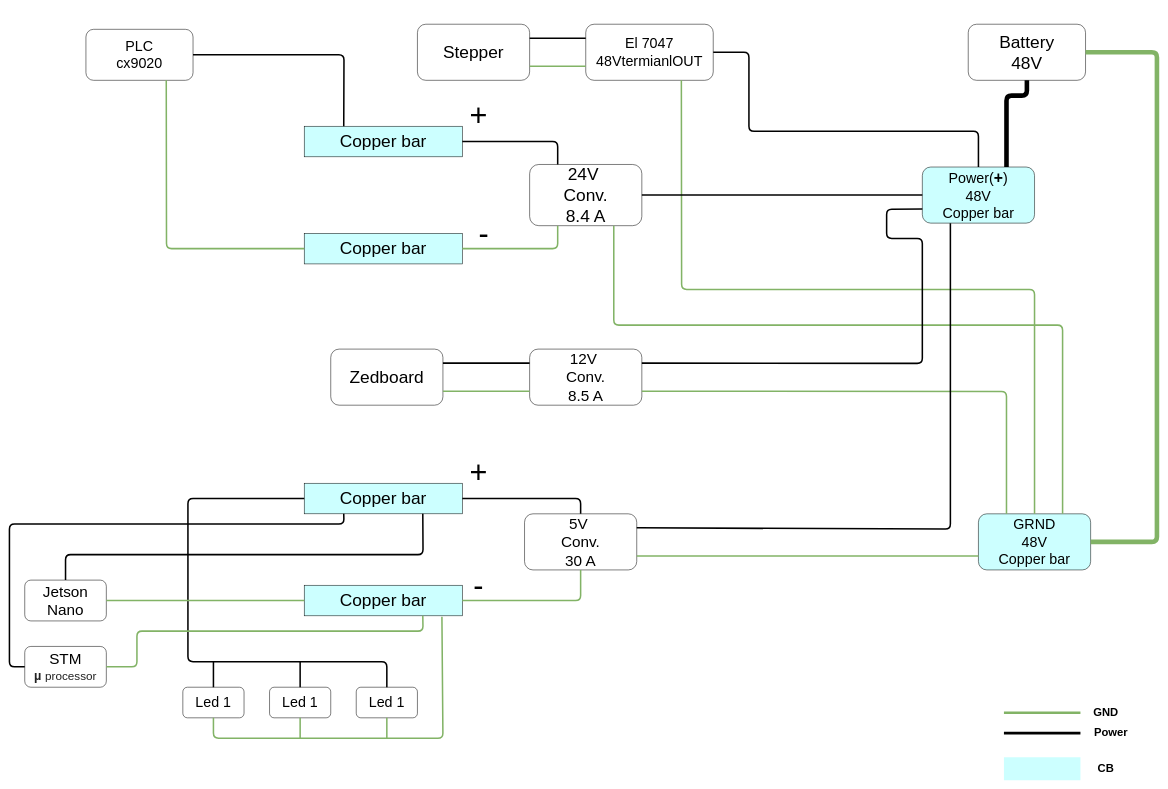
This is schema voedingen.drawio from KingAbad/PEM_AutonomousCart, a draw.io file, before an edit. Source tidied: cells renumbered, new cells numbered last; positions are measured from the earlier drawing's top-left corner, leaving out a move shared by most shapes. Both pictures are drawn from the tidied source at 51%, with x=0, y=0 at pixel (9, 24).
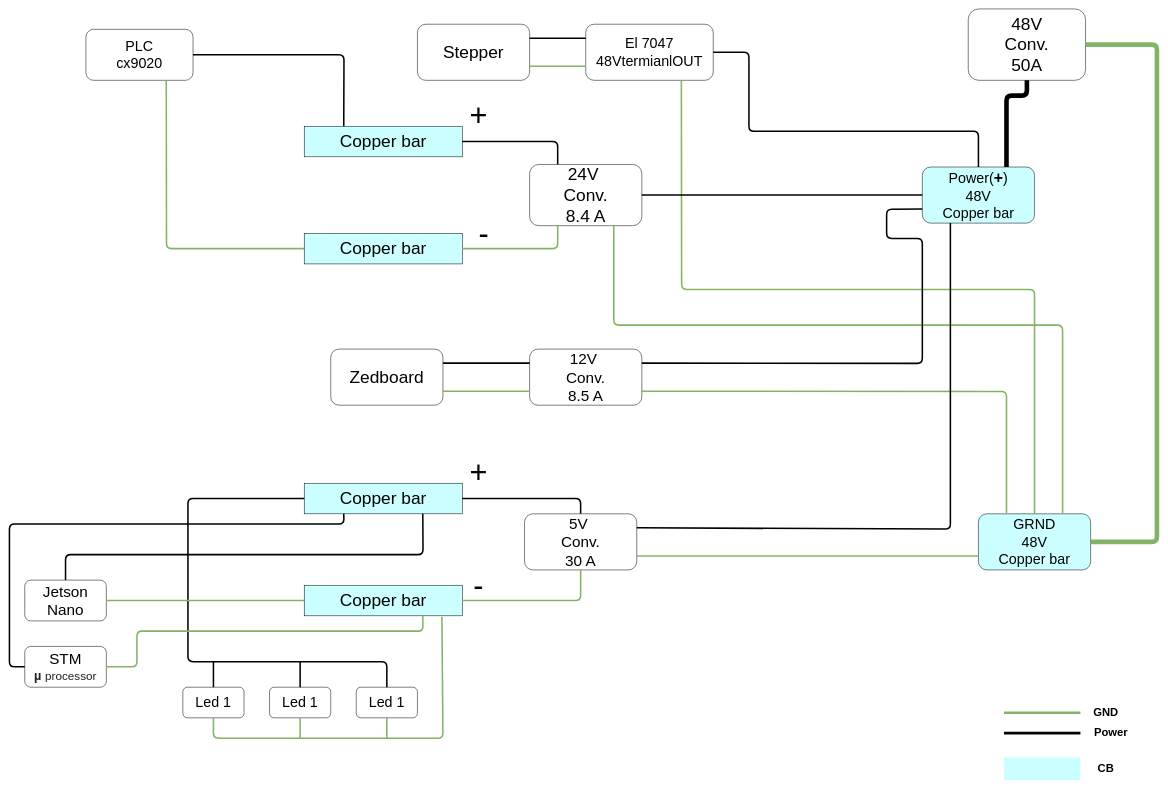
After the change.

Commit message (it also covers changes not shown here):
Update schema + componenten

The change refers to these unchanged cells:
```xml
<mxCell id="21" value="&lt;font style=&quot;font-size: 28px&quot;&gt;GRND&lt;br&gt;48V&lt;br&gt;Copper bar&lt;br&gt;&lt;/font&gt;" style="rounded=1;whiteSpace=wrap;html=1;fillColor=#CCFFFF;" parent="1" vertex="1">
  <mxGeometry x="1900" y="960" width="220" height="110" as="geometry" />
</mxCell>
```

The edit, as a diff of the source:
```diff
@@
-    <mxCell id="2" value="&lt;font style=&quot;font-size: 34px&quot;&gt;Battery&lt;br&gt;48V&lt;br&gt;&lt;/font&gt;" style="rounded=1;whiteSpace=wrap;html=1;" parent="1" vertex="1">
-      <mxGeometry x="1880" width="230" height="110" as="geometry" />
+    <mxCell id="2" value="&lt;font style=&quot;font-size: 34px&quot;&gt;48V&lt;br&gt;Conv.&lt;br&gt;50A&lt;br&gt;&lt;/font&gt;" style="rounded=1;whiteSpace=wrap;html=1;" parent="1" vertex="1">
+      <mxGeometry x="1880" y="-30" width="230" height="140" as="geometry" />
     </mxCell>
@@
     <mxCell id="22" style="endArrow=none;html=1;strokeWidth=9;entryX=1;entryY=0.5;entryDx=0;entryDy=0;exitX=1;exitY=0.5;exitDx=0;exitDy=0;fillColor=#d5e8d4;strokeColor=#82b366;" parent="1" edge="1" source="21" target="2">
       <mxGeometry relative="1" as="geometry">
         <Array as="points">
           <mxPoint x="2250" y="1015" />
-          <mxPoint x="2250" y="55" />
+          <mxPoint x="2250" y="40" />
         </Array>
       </mxGeometry>
     </mxCell>
```
